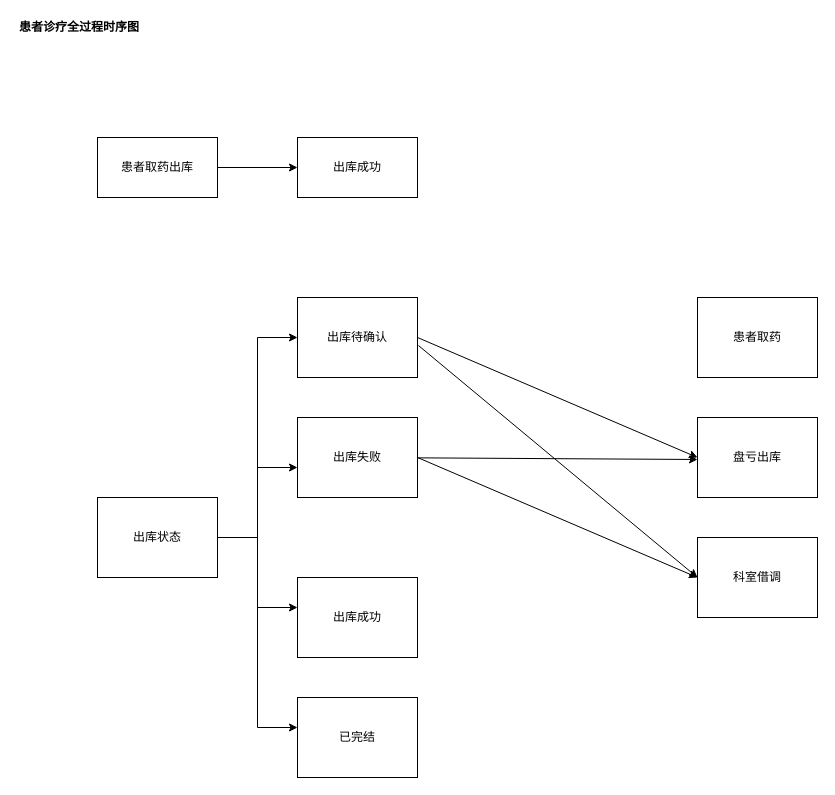
This is src/work/hongkang/warehouse/stockout-flow.drawio from ab-doc/draw.io, a draw.io file, before an edit. Source tidied: cells renumbered, new cells numbered last; positions are measured from the earlier drawing's top-left corner, leaving out a move shared by most shapes. Both pictures are drawn from the tidied source at 100%, with x=0, y=0 at pixel (17, 17).
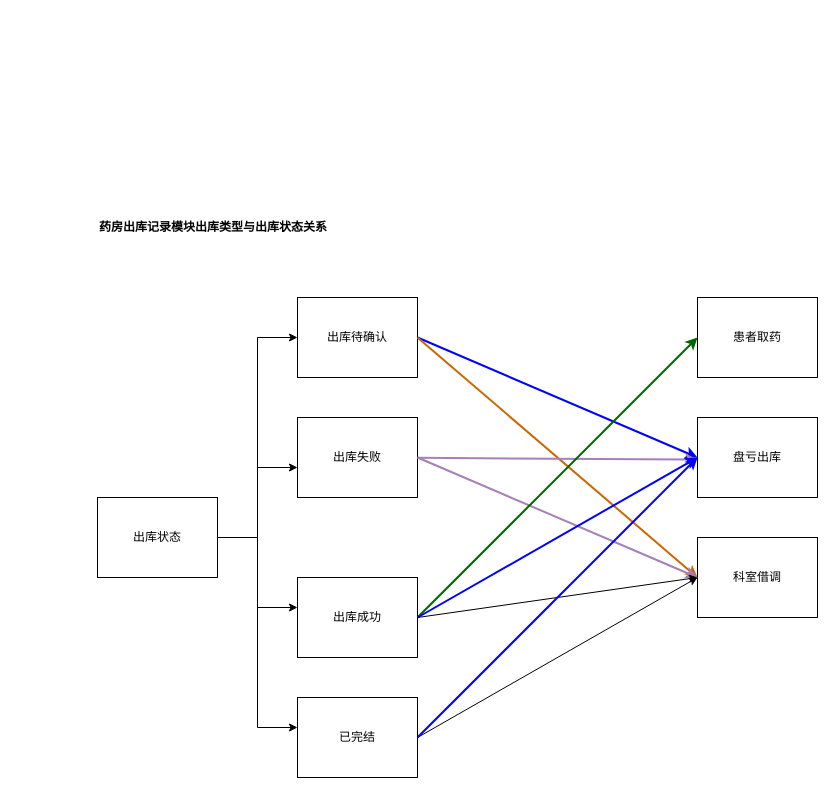
The same diagram, later.

Unchanged cells that the change refers to:
```xml
<mxCell id="11" value="出库待确认" style="rounded=0;whiteSpace=wrap;html=1;" parent="1" vertex="1">
  <mxGeometry x="280" y="280" width="120" height="80" as="geometry" />
</mxCell>
<mxCell id="12" value="已完结" style="rounded=0;whiteSpace=wrap;html=1;" parent="1" vertex="1">
  <mxGeometry x="280" y="680" width="120" height="80" as="geometry" />
</mxCell>
<mxCell id="13" value="出库失败" style="rounded=0;whiteSpace=wrap;html=1;" parent="1" vertex="1">
  <mxGeometry x="280" y="400" width="120" height="80" as="geometry" />
</mxCell>
<mxCell id="14" value="出库成功" style="rounded=0;whiteSpace=wrap;html=1;" parent="1" vertex="1">
  <mxGeometry x="280" y="560" width="120" height="80" as="geometry" />
</mxCell>
<mxCell id="15" value="患者取药" style="rounded=0;whiteSpace=wrap;html=1;" parent="1" vertex="1">
  <mxGeometry x="680" y="280" width="120" height="80" as="geometry" />
</mxCell>
<mxCell id="16" value="盘亏出库" style="rounded=0;whiteSpace=wrap;html=1;" parent="1" vertex="1">
  <mxGeometry x="680" y="400" width="120" height="80" as="geometry" />
</mxCell>
<mxCell id="17" value="科室借调" style="rounded=0;whiteSpace=wrap;html=1;" parent="1" vertex="1">
  <mxGeometry x="680" y="520" width="120" height="80" as="geometry" />
</mxCell>
```

What changed in the source:
```diff
@@
-    <mxCell id="2" value="&lt;b&gt;患者诊疗全过程时序图&lt;/b&gt;" style="text;html=1;strokeColor=none;fillColor=none;align=left;verticalAlign=middle;whiteSpace=wrap;rounded=0;" parent="1" vertex="1">
-      <mxGeometry width="130" height="20" as="geometry" />
+    <mxCell id="2" value="&lt;b&gt;药房出库记录模块出库类型与出库状态关系&lt;/b&gt;" style="text;html=1;strokeColor=none;fillColor=none;align=left;verticalAlign=middle;whiteSpace=wrap;rounded=0;" parent="1" vertex="1">
+      <mxGeometry x="80" y="200" width="240" height="20" as="geometry" />
     </mxCell>
-    <mxCell id="3" style="edgeStyle=orthogonalEdgeStyle;rounded=0;jettySize=auto;html=1;" parent="1" edge="1" source="4" target="5">
-      <mxGeometry relative="1" as="geometry" />
-    </mxCell>
-    <mxCell id="4" value="患者取药出库" style="rounded=0;whiteSpace=wrap;html=1;" parent="1" vertex="1">
-      <mxGeometry x="80" y="120" width="120" height="60" as="geometry" />
-    </mxCell>
-    <mxCell id="5" value="出库成功" style="rounded=0;whiteSpace=wrap;html=1;" parent="1" vertex="1">
-      <mxGeometry x="280" y="120" width="120" height="60" as="geometry" />
-    </mxCell>
@@
-    <mxCell id="18" style="endArrow=classic;html=1;exitX=1;exitY=0.5;exitDx=0;exitDy=0;entryX=0;entryY=0.5;entryDx=0;entryDy=0;" parent="1" edge="1" source="11" target="16">
+    <mxCell id="18" style="endArrow=classic;html=1;exitX=1;exitY=0.5;exitDx=0;exitDy=0;entryX=0;entryY=0.5;entryDx=0;entryDy=0;strokeWidth=2;strokeColor=#0000FF;" parent="1" edge="1" source="11" target="16">
       <mxGeometry relative="1" as="geometry" />
     </mxCell>
-    <mxCell id="19" style="endArrow=classic;html=1;exitX=1.008;exitY=0.6;exitDx=0;exitDy=0;entryX=0;entryY=0.5;entryDx=0;entryDy=0;exitPerimeter=0;" parent="1" edge="1" source="11" target="17">
+    <mxCell id="19" style="endArrow=classic;html=1;exitX=1;exitY=0.5;exitDx=0;exitDy=0;entryX=0;entryY=0.5;entryDx=0;entryDy=0;strokeWidth=2;strokeColor=#CC6600;" parent="1" edge="1" source="11" target="17">
       <mxGeometry relative="1" as="geometry" />
     </mxCell>
-    <mxCell id="20" style="endArrow=classic;html=1;" parent="1" edge="1" source="13">
+    <mxCell id="20" style="endArrow=classic;html=1;strokeWidth=2;strokeColor=#A680B8;" parent="1" edge="1" source="13">
       <mxGeometry relative="1" as="geometry">
         <mxPoint x="680" y="442" as="targetPoint" />
       </mxGeometry>
     </mxCell>
-    <mxCell id="21" style="endArrow=classic;html=1;exitX=1;exitY=0.5;exitDx=0;exitDy=0;" parent="1" edge="1" source="13">
+    <mxCell id="21" style="endArrow=classic;html=1;exitX=1;exitY=0.5;exitDx=0;exitDy=0;strokeWidth=2;strokeColor=#A680B8;" parent="1" edge="1" source="13">
       <mxGeometry relative="1" as="geometry">
         <mxPoint x="680" y="560" as="targetPoint" />
       </mxGeometry>
     </mxCell>
+    <mxCell id="22" style="endArrow=classic;html=1;exitX=1;exitY=0.5;exitDx=0;exitDy=0;entryX=0;entryY=0.5;entryDx=0;entryDy=0;strokeColor=#006600;strokeWidth=2;" parent="1" edge="1" source="14" target="15">
+      <mxGeometry relative="1" as="geometry" />
+    </mxCell>
+    <mxCell id="23" style="endArrow=classic;html=1;exitX=1;exitY=0.5;exitDx=0;exitDy=0;entryX=0;entryY=0.5;entryDx=0;entryDy=0;strokeColor=#0000FF;strokeWidth=2;" parent="1" edge="1" source="14" target="16">
+      <mxGeometry relative="1" as="geometry" />
+    </mxCell>
+    <mxCell id="24" style="endArrow=classic;html=1;entryX=0;entryY=0.5;entryDx=0;entryDy=0;" parent="1" edge="1" target="17">
+      <mxGeometry relative="1" as="geometry">
+        <mxPoint x="400" y="600" as="sourcePoint" />
+      </mxGeometry>
+    </mxCell>
+    <mxCell id="25" style="endArrow=classic;html=1;exitX=1;exitY=0.5;exitDx=0;exitDy=0;entryX=0;entryY=0.5;entryDx=0;entryDy=0;" parent="1" edge="1" source="12" target="17">
+      <mxGeometry relative="1" as="geometry" />
+    </mxCell>
+    <mxCell id="26" style="endArrow=classic;html=1;exitX=1;exitY=0.5;exitDx=0;exitDy=0;entryX=0;entryY=0.5;entryDx=0;entryDy=0;strokeColor=#0000FF;strokeWidth=2;" parent="1" edge="1" source="12" target="16">
+      <mxGeometry relative="1" as="geometry" />
+    </mxCell>
```
